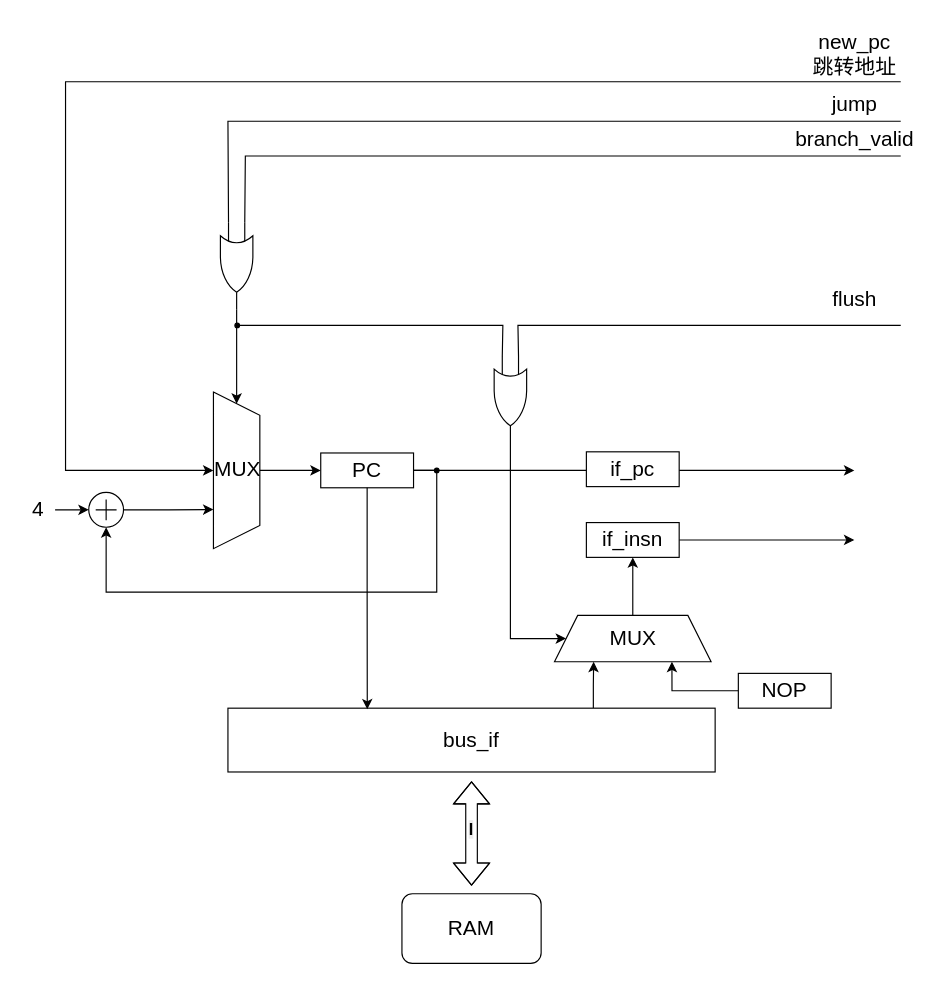
Earlier version of the draw.io diagram page "取指令" (3 of 7) of Doc/cySOC总系统框图.drawio (Unpdt/cySOC). Source tidied: cells renumbered, new cells numbered last; positions are measured from the earlier drawing's top-left corner, leaving out a move shared by most shapes. Both pictures are drawn from the tidied source at 116%, with x=0, y=0 at pixel (20, 20).
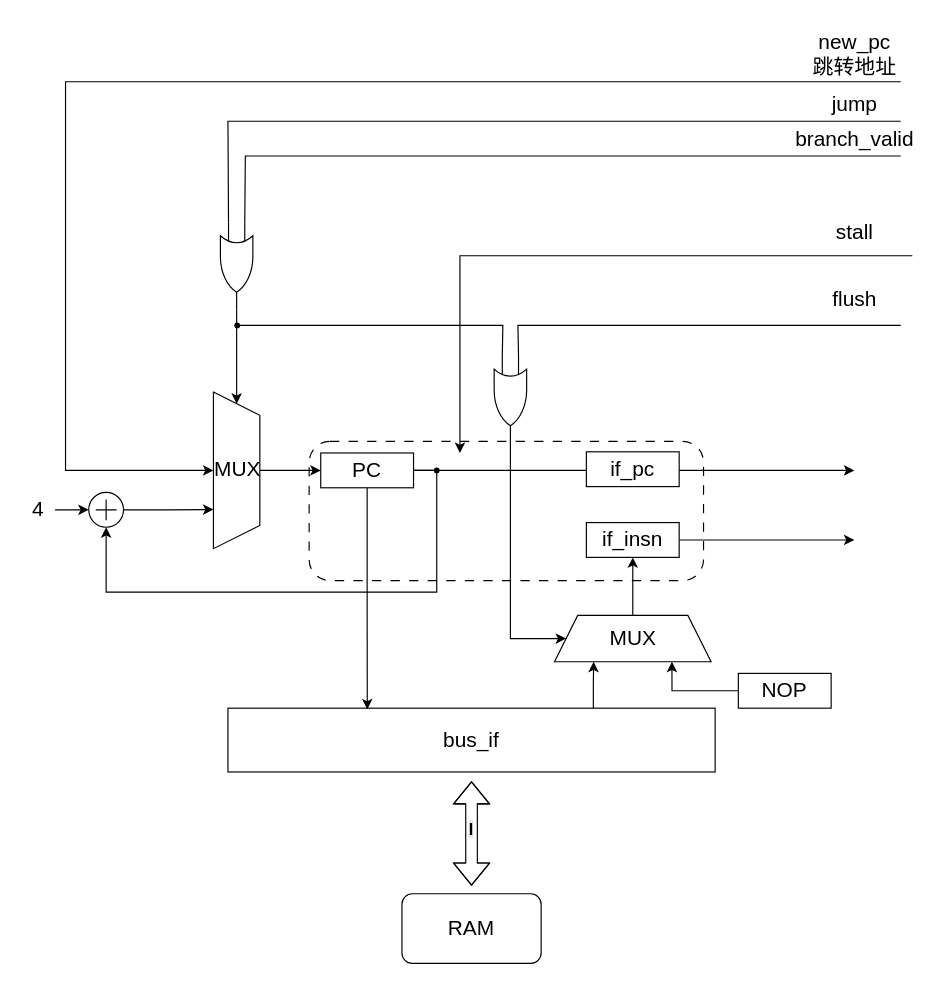
After the change.

The edit, as a diff of the source:
```diff
@@
+    <mxCell id="41" style="rounded=1;whiteSpace=wrap;html=1;dashed=1;dashPattern=8 8;" parent="1" vertex="1">
+      <mxGeometry x="249" y="363" width="340" height="120" as="geometry" />
+    </mxCell>
@@
+    <mxCell id="42" style="endArrow=classic;html=1;rounded=0;" parent="1" edge="1">
+      <mxGeometry relative="1" as="geometry">
+        <mxPoint x="769" y="203" as="sourcePoint" />
+        <mxPoint x="379" y="373" as="targetPoint" />
+        <Array as="points">
+          <mxPoint x="379" y="203" />
+        </Array>
+      </mxGeometry>
+    </mxCell>
+    <mxCell id="43" value="&lt;font style=&quot;font-size: 18px;&quot;&gt;stall&lt;/font&gt;" style="text;html=1;align=center;verticalAlign=middle;strokeColor=none;fillColor=none;" parent="1" vertex="1">
+      <mxGeometry x="689" y="163" width="60" height="40" as="geometry" />
+    </mxCell>
```
